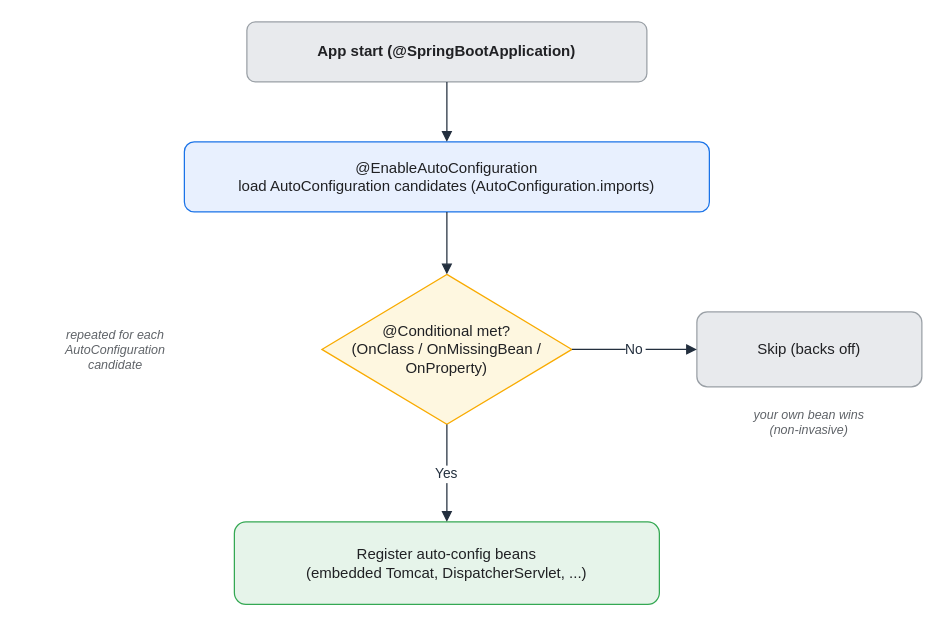
Before: assets/img/spring/spring-07-autoconfiguration-flow.drawio in KKamJi98/kkamji98.github.io, a draw.io diagram. Source tidied: cells renumbered, new cells numbered last; positions are measured from the earlier drawing's top-left corner, leaving out a move shared by most shapes. Both pictures are drawn from the tidied source at 125%, with x=0, y=0 at pixel (21, 21).
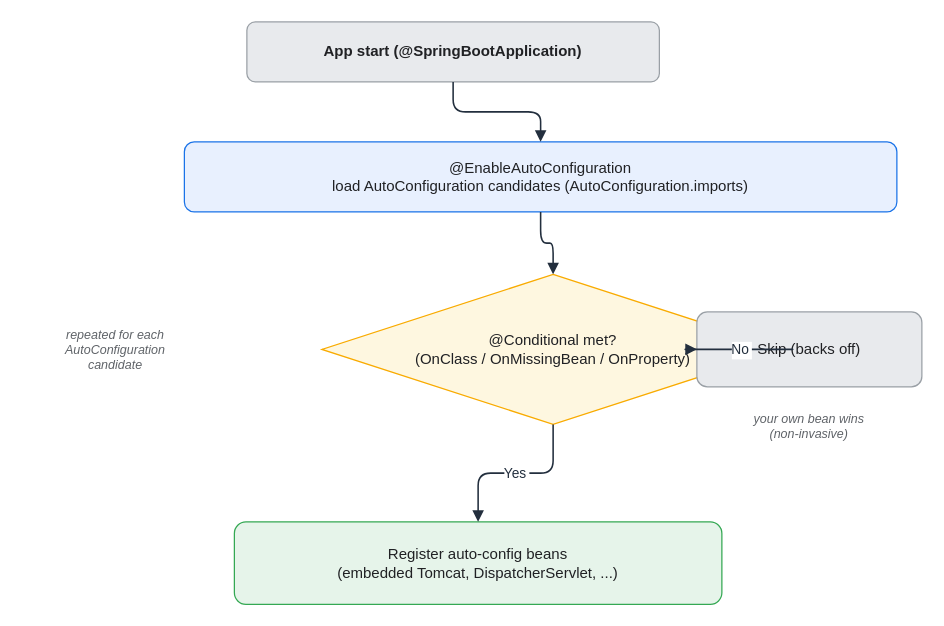
The same diagram, later.

The edit, as a diff of the source:
```diff
@@
 <mxGraphModel background="#FFFFFF">
   <root>
     <mxCell id="0" />
     <mxCell id="1" parent="0" />
-    <mxCell id="2" value="App start (@SpringBootApplication)" style="rounded=1;whiteSpace=wrap;html=1;arcSize=14;shadow=0;fillColor=#E8EAED;strokeColor=#9AA0A6;fontColor=#202124;fontStyle=1;" parent="1" vertex="1">
-      <mxGeometry x="180" width="320" height="48" as="geometry" />
+    <mxCell id="2" value="App start (@SpringBootApplication)" style="rounded=1;whiteSpace=wrap;html=0;arcSize=14;shadow=0;fillColor=#E8EAED;strokeColor=#9AA0A6;fontColor=#202124;fontStyle=1;" parent="1" vertex="1">
+      <mxGeometry x="180" width="330" height="48" as="geometry" />
     </mxCell>
-    <mxCell id="3" value="@EnableAutoConfiguration&#10;load AutoConfiguration candidates (AutoConfiguration.imports)" style="rounded=1;whiteSpace=wrap;html=1;arcSize=14;shadow=0;fillColor=#E8F0FE;strokeColor=#1A73E8;fontColor=#202124;" parent="1" vertex="1">
-      <mxGeometry x="130" y="96" width="420" height="56" as="geometry" />
+    <mxCell id="3" value="@EnableAutoConfiguration&#10;load AutoConfiguration candidates (AutoConfiguration.imports)" style="rounded=1;whiteSpace=wrap;html=0;arcSize=14;shadow=0;fillColor=#E8F0FE;strokeColor=#1A73E8;fontColor=#202124;" parent="1" vertex="1">
+      <mxGeometry x="130" y="96" width="570" height="56" as="geometry" />
     </mxCell>
-    <mxCell id="4" value="@Conditional met?&#10;(OnClass / OnMissingBean / OnProperty)" style="rhombus;whiteSpace=wrap;html=1;shadow=0;fillColor=#FEF7E0;strokeColor=#F9AB00;fontColor=#202124;" parent="1" vertex="1">
-      <mxGeometry x="240" y="202" width="200" height="120" as="geometry" />
+    <mxCell id="4" value="@Conditional met?&#10;(OnClass / OnMissingBean / OnProperty)" style="rhombus;whiteSpace=wrap;html=0;shadow=0;fillColor=#FEF7E0;strokeColor=#F9AB00;fontColor=#202124;" parent="1" vertex="1">
+      <mxGeometry x="240" y="202" width="370" height="120" as="geometry" />
     </mxCell>
-    <mxCell id="5" value="Register auto-config beans&#10;(embedded Tomcat, DispatcherServlet, ...)" style="rounded=1;whiteSpace=wrap;html=1;arcSize=14;shadow=0;fillColor=#E6F4EA;strokeColor=#34A853;fontColor=#202124;" parent="1" vertex="1">
-      <mxGeometry x="170" y="400" width="340" height="66" as="geometry" />
+    <mxCell id="5" value="Register auto-config beans&#10;(embedded Tomcat, DispatcherServlet, ...)" style="rounded=1;whiteSpace=wrap;html=0;arcSize=14;shadow=0;fillColor=#E6F4EA;strokeColor=#34A853;fontColor=#202124;" parent="1" vertex="1">
+      <mxGeometry x="170" y="400" width="390" height="66" as="geometry" />
     </mxCell>
-    <mxCell id="6" value="Skip (backs off)" style="rounded=1;whiteSpace=wrap;html=1;arcSize=14;shadow=0;fillColor=#E8EAED;strokeColor=#9AA0A6;fontColor=#202124;" parent="1" vertex="1">
+    <mxCell id="6" value="Skip (backs off)" style="rounded=1;whiteSpace=wrap;html=0;arcSize=14;shadow=0;fillColor=#E8EAED;strokeColor=#9AA0A6;fontColor=#202124;" parent="1" vertex="1">
       <mxGeometry x="540" y="232" width="180" height="60" as="geometry" />
     </mxCell>
-    <mxCell id="7" value="repeated for each&#10;AutoConfiguration&#10;candidate" style="text;html=1;align=center;verticalAlign=middle;whiteSpace=wrap;fontSize=10;fontColor=#5F6368;fontStyle=2;" parent="1" vertex="1">
+    <mxCell id="7" value="repeated for each&#10;AutoConfiguration&#10;candidate" style="text;html=0;align=center;verticalAlign=middle;whiteSpace=wrap;fontSize=10;fontColor=#5F6368;fontStyle=2;" parent="1" vertex="1">
       <mxGeometry y="232" width="150" height="60" as="geometry" />
     </mxCell>
-    <mxCell id="8" value="your own bean wins&#10;(non-invasive)" style="text;html=1;align=center;verticalAlign=middle;whiteSpace=wrap;fontSize=10;fontColor=#5F6368;fontStyle=2;" parent="1" vertex="1">
-      <mxGeometry x="540" y="300" width="180" height="40" as="geometry" />
+    <mxCell id="8" value="your own bean wins&#10;(non-invasive)" style="text;html=0;align=center;verticalAlign=middle;whiteSpace=wrap;fontSize=10;fontColor=#5F6368;fontStyle=2;" parent="1" vertex="1">
+      <mxGeometry x="540" y="300" width="180" height="45" as="geometry" />
     </mxCell>
-    <mxCell id="9" style="edgeStyle=orthogonalEdgeStyle;rounded=1;html=1;strokeColor=#232F3E;fontColor=#232F3E;labelBackgroundColor=none;endArrow=block;exitX=0.5;exitY=1;exitDx=0;exitDy=0;entryX=0.5;entryY=0;entryDx=0;entryDy=0;" parent="1" edge="1" source="2" target="3">
+    <mxCell id="9" style="edgeStyle=orthogonalEdgeStyle;rounded=1;html=0;strokeColor=#232F3E;fontColor=#232F3E;labelBackgroundColor=none;endArrow=block;exitX=0.5;exitY=1;exitDx=0;exitDy=0;entryX=0.5;entryY=0;entryDx=0;entryDy=0;strokeWidth=1.25;" parent="1" edge="1" source="2" target="3">
       <mxGeometry relative="1" as="geometry" />
     </mxCell>
-    <mxCell id="10" style="edgeStyle=orthogonalEdgeStyle;rounded=1;html=1;strokeColor=#232F3E;fontColor=#232F3E;labelBackgroundColor=none;endArrow=block;exitX=0.5;exitY=1;exitDx=0;exitDy=0;entryX=0.5;entryY=0;entryDx=0;entryDy=0;" parent="1" edge="1" source="3" target="4">
+    <mxCell id="10" style="edgeStyle=orthogonalEdgeStyle;rounded=1;html=0;strokeColor=#232F3E;fontColor=#232F3E;labelBackgroundColor=none;endArrow=block;exitX=0.5;exitY=1;exitDx=0;exitDy=0;entryX=0.5;entryY=0;entryDx=0;entryDy=0;strokeWidth=1.25;" parent="1" edge="1" source="3" target="4">
       <mxGeometry relative="1" as="geometry" />
     </mxCell>
-    <mxCell id="11" value="Yes" style="edgeStyle=orthogonalEdgeStyle;rounded=1;html=0;fontColor=#232F3E;strokeColor=#232F3E;labelBackgroundColor=#FFFFFF;endArrow=block;exitX=0.5;exitY=1;exitDx=0;exitDy=0;entryX=0.5;entryY=0;entryDx=0;entryDy=0;" parent="1" edge="1" source="4" target="5">
+    <mxCell id="11" value="Yes" style="edgeStyle=orthogonalEdgeStyle;rounded=1;html=0;fontColor=#232F3E;strokeColor=#232F3E;labelBackgroundColor=#FFFFFF;endArrow=block;exitX=0.5;exitY=1;exitDx=0;exitDy=0;entryX=0.5;entryY=0;entryDx=0;entryDy=0;strokeWidth=1.25;" parent="1" edge="1" source="4" target="5">
       <mxGeometry relative="1" as="geometry" />
     </mxCell>
-    <mxCell id="12" value="No" style="edgeStyle=orthogonalEdgeStyle;rounded=1;html=0;fontColor=#232F3E;strokeColor=#232F3E;labelBackgroundColor=#FFFFFF;endArrow=block;exitX=1;exitY=0.5;exitDx=0;exitDy=0;entryX=0;entryY=0.5;entryDx=0;entryDy=0;" parent="1" edge="1" source="4" target="6">
+    <mxCell id="12" value="No" style="edgeStyle=orthogonalEdgeStyle;rounded=1;html=0;fontColor=#232F3E;strokeColor=#232F3E;labelBackgroundColor=#FFFFFF;endArrow=block;exitX=1;exitY=0.5;exitDx=0;exitDy=0;entryX=0;entryY=0.5;entryDx=0;entryDy=0;strokeWidth=1.25;" parent="1" edge="1" source="4" target="6">
       <mxGeometry relative="1" as="geometry" />
     </mxCell>
   </root>
 </mxGraphModel>
```
